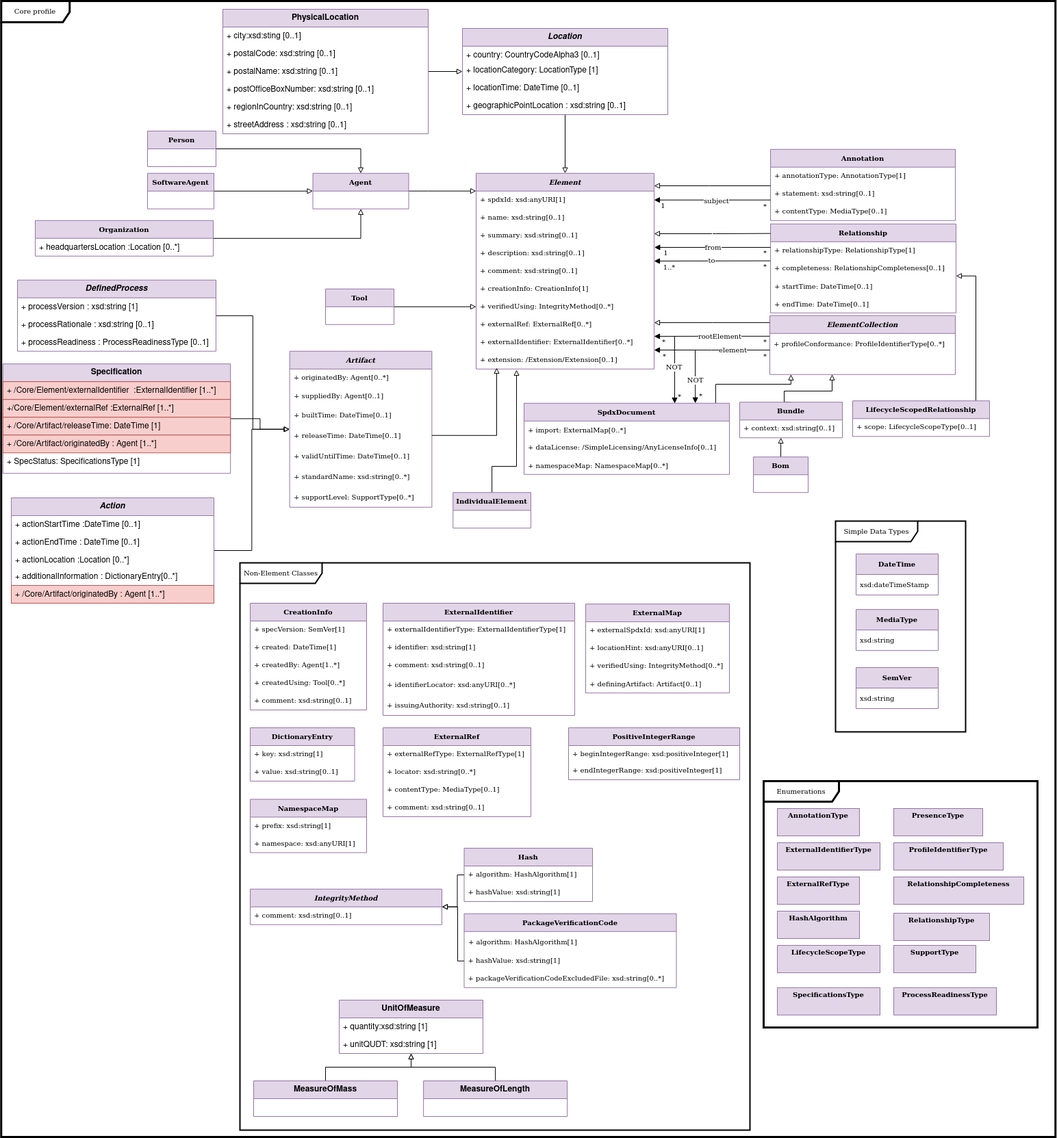
This is images/model-Core.png from stevenc-stb/spdx-3-model, a draw.io export, as it was before one commit. Source tidied: cells renumbered, new cells last; positions are measured from the earlier drawing's top-left corner, leaving out a move shared by most shapes.
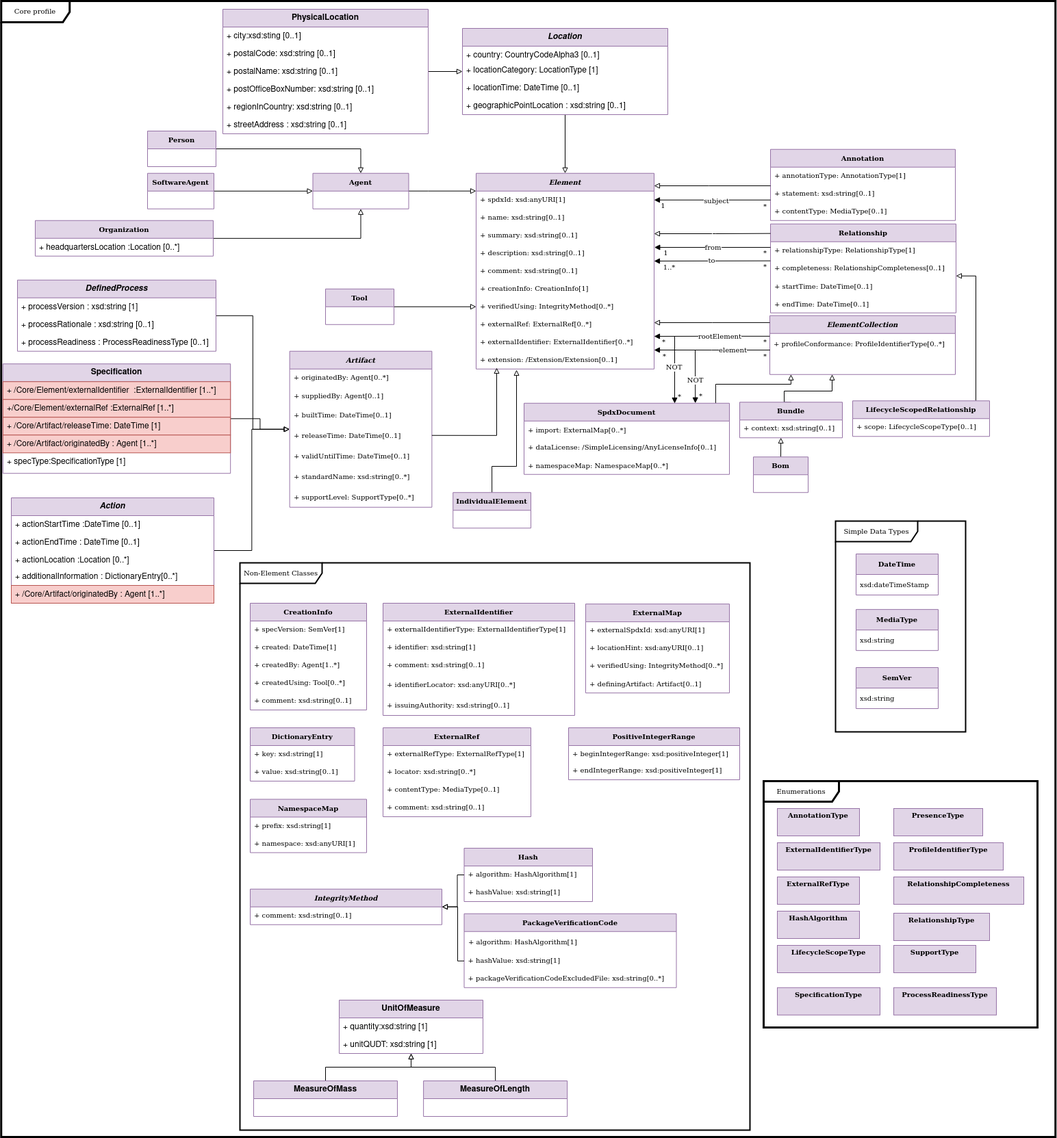
The same diagram one commit later.

The edit, as a diff of the source:
```diff
@@ -650,10 +650,10 @@
     <mxCell id="176" value="+ /Core/Artifact/originatedBy : Agent [1..*]" style="text;strokeColor=#b85450;fillColor=#f8cecc;align=left;verticalAlign=top;spacingLeft=4;spacingRight=4;overflow=hidden;whiteSpace=wrap;html=1;labelBackgroundColor=none;" parent="172" vertex="1">
       <mxGeometry y="104" width="332.4" height="26" as="geometry" />
     </mxCell>
-    <mxCell id="177" value="+ SpecStatus: SpecificationsType [1]" style="text;strokeColor=none;fillColor=none;align=left;verticalAlign=top;spacingLeft=4;spacingRight=4;overflow=hidden;whiteSpace=wrap;html=1;" parent="172" vertex="1">
+    <mxCell id="177" value="+ specType:SpecificationType [1]" style="text;strokeColor=none;fillColor=none;align=left;verticalAlign=top;spacingLeft=4;spacingRight=4;overflow=hidden;whiteSpace=wrap;html=1;" parent="172" vertex="1">
       <mxGeometry y="130" width="332.4" height="30" as="geometry" />
     </mxCell>
-    <mxCell id="178" value="&lt;p style=&quot;margin: 4px 0px 0px; text-align: center;&quot;&gt;&lt;b&gt;&lt;font color=&quot;#000000&quot;&gt;SpecificationsType&lt;/font&gt;&lt;/b&gt;&lt;/p&gt;&lt;p style=&quot;margin: 0px ; margin-left: 8px&quot;&gt;&lt;br&gt;&lt;/p&gt;" style="verticalAlign=top;align=left;overflow=fill;fontSize=10;fontFamily=Verdana;html=1;fillColor=#e1d5e7;strokeColor=#9673a6;fontStyle=0;" parent="1" vertex="1">
+    <mxCell id="178" value="&lt;p style=&quot;margin: 4px 0px 0px; text-align: center;&quot;&gt;&lt;b&gt;&lt;font color=&quot;#000000&quot;&gt;SpecificationType&lt;/font&gt;&lt;/b&gt;&lt;/p&gt;&lt;p style=&quot;margin: 0px ; margin-left: 8px&quot;&gt;&lt;br&gt;&lt;/p&gt;" style="verticalAlign=top;align=left;overflow=fill;fontSize=10;fontFamily=Verdana;html=1;fillColor=#e1d5e7;strokeColor=#9673a6;fontStyle=0;" parent="1" vertex="1">
       <mxGeometry x="1134" y="1441.8" width="150" height="40" as="geometry" />
     </mxCell>
     <mxCell id="179" value="&lt;p style=&quot;margin: 4px 0px 0px; text-align: center;&quot;&gt;&lt;b&gt;&lt;font color=&quot;#000000&quot;&gt;ProcessReadinessType&lt;/font&gt;&lt;/b&gt;&lt;/p&gt;&lt;p style=&quot;margin: 0px ; margin-left: 8px&quot;&gt;&lt;br&gt;&lt;/p&gt;" style="verticalAlign=top;align=left;overflow=fill;fontSize=10;fontFamily=Verdana;html=1;fillColor=#e1d5e7;strokeColor=#9673a6;fontStyle=0;" parent="1" vertex="1">
```
